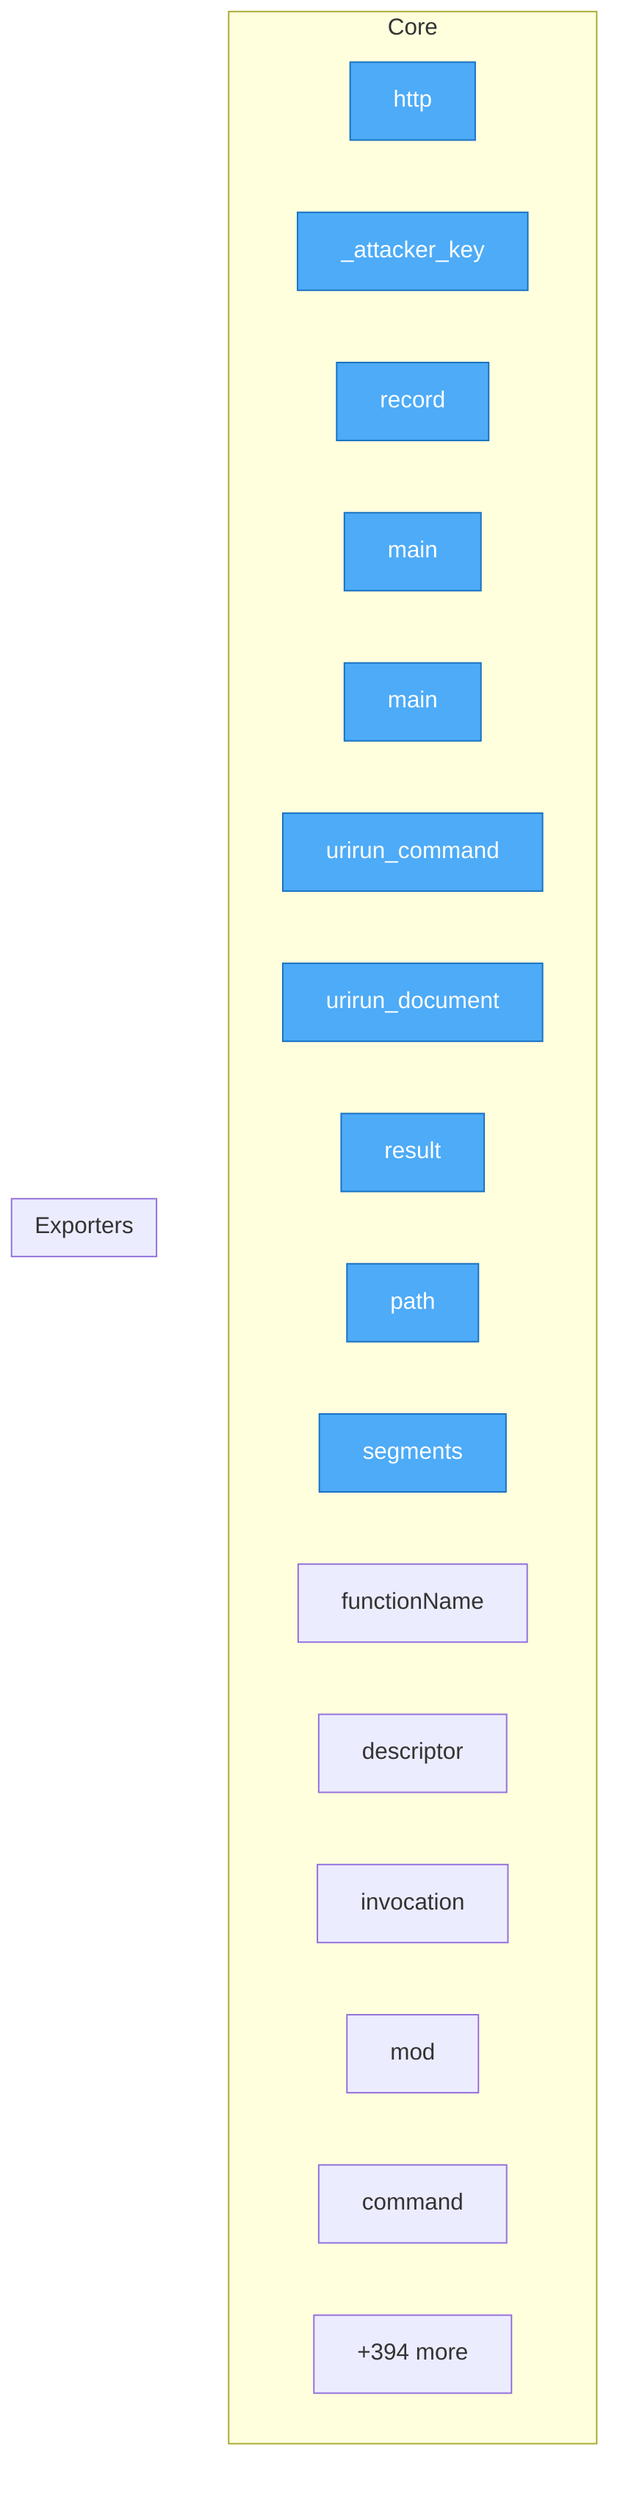
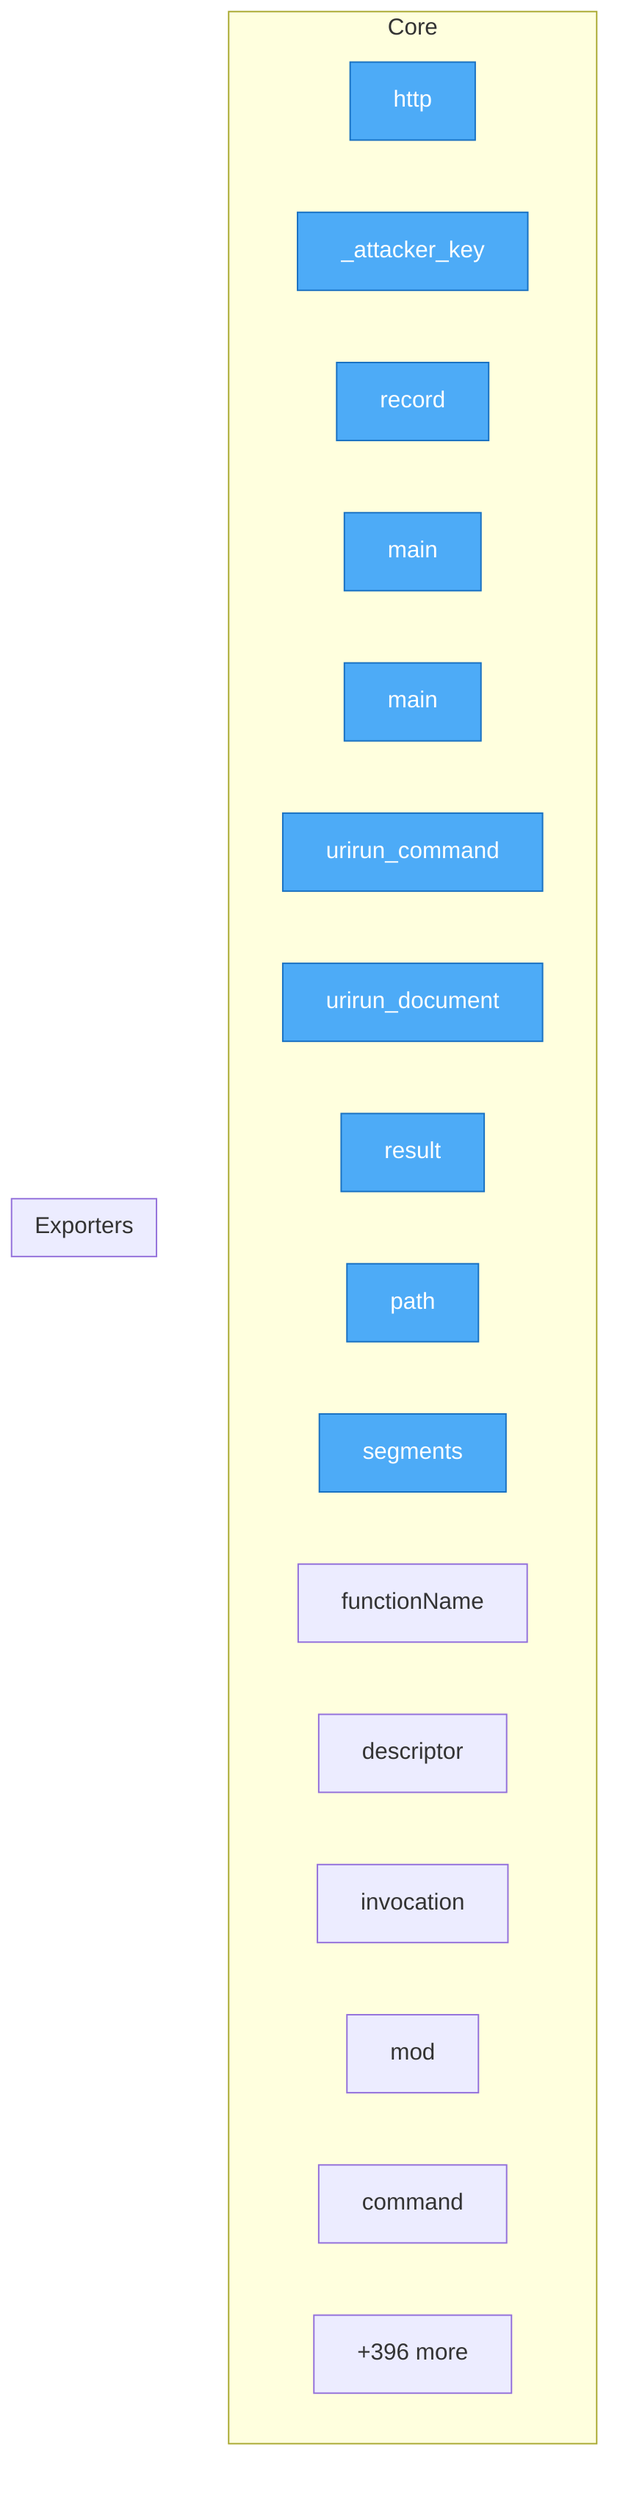
flowchart TD
%% generated in 0.02s

    %% Entry points (blue)
    classDef entry fill:#4dabf7,stroke:#1971c2,color:#fff

    subgraph Core
        security__mesh_probe__probe__http["http"]
        security__mesh_probe__probe___attacker_key["_attacker_key"]
        security__mesh_probe__probe__record["record"]
        adapters__conformance__main["main"]
        adapters__new_connector__main["main"]
        adapters__bash__urirun__urirun_command["urirun_command"]
        adapters__bash__urirun__urirun_document["urirun_document"]
        adapters__js__index__test__result["result"]
        adapters__js__path["path"]
        adapters__js__segments["segments"]
        adapters__js__functionName["functionName"]
        adapters__js__descriptor["descriptor"]
        adapters__js__invocation["invocation"]
        adapters__js__mod["mod"]
        adapters__java__Urirun__Urirun__command["command"]
-         ...["+394 more"]
+         ...["+396 more"]
    end

    subgraph Exporters
    end

    class security__mesh_probe__probe__http,security__mesh_probe__probe___attacker_key,security__mesh_probe__probe__record,adapters__conformance__main,adapters__new_connector__main,adapters__bash__urirun__urirun_command,adapters__bash__urirun__urirun_document,adapters__js__index__test__result,adapters__js__path,adapters__js__segments entry
